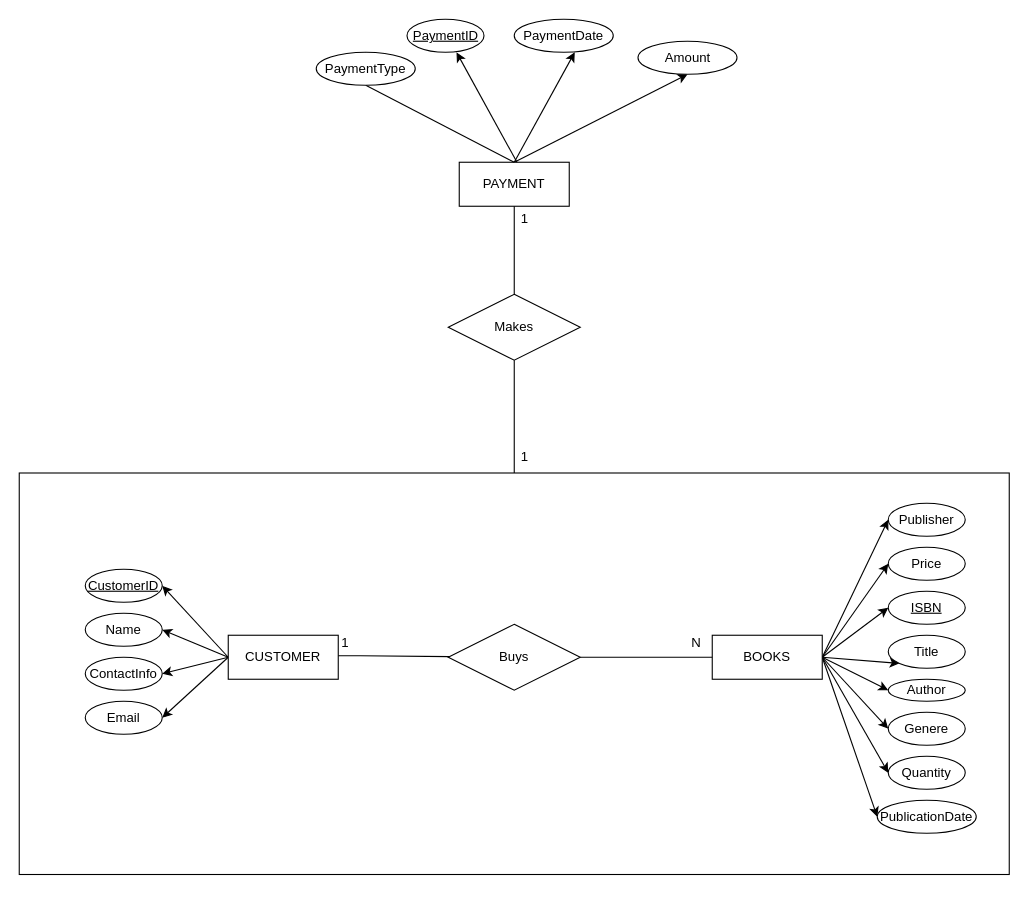
Above: BMSystem_ER.drawio in Haysten-D-costa/DBMQP-Mini-Project-BMSystem (draw.io), before the change. Source tidied: cells renumbered, new cells numbered last; positions are measured from the earlier drawing's top-left corner, leaving out a move shared by most shapes. Both pictures are drawn from the tidied source at 110%, with x=0, y=0 at pixel (19, 19).
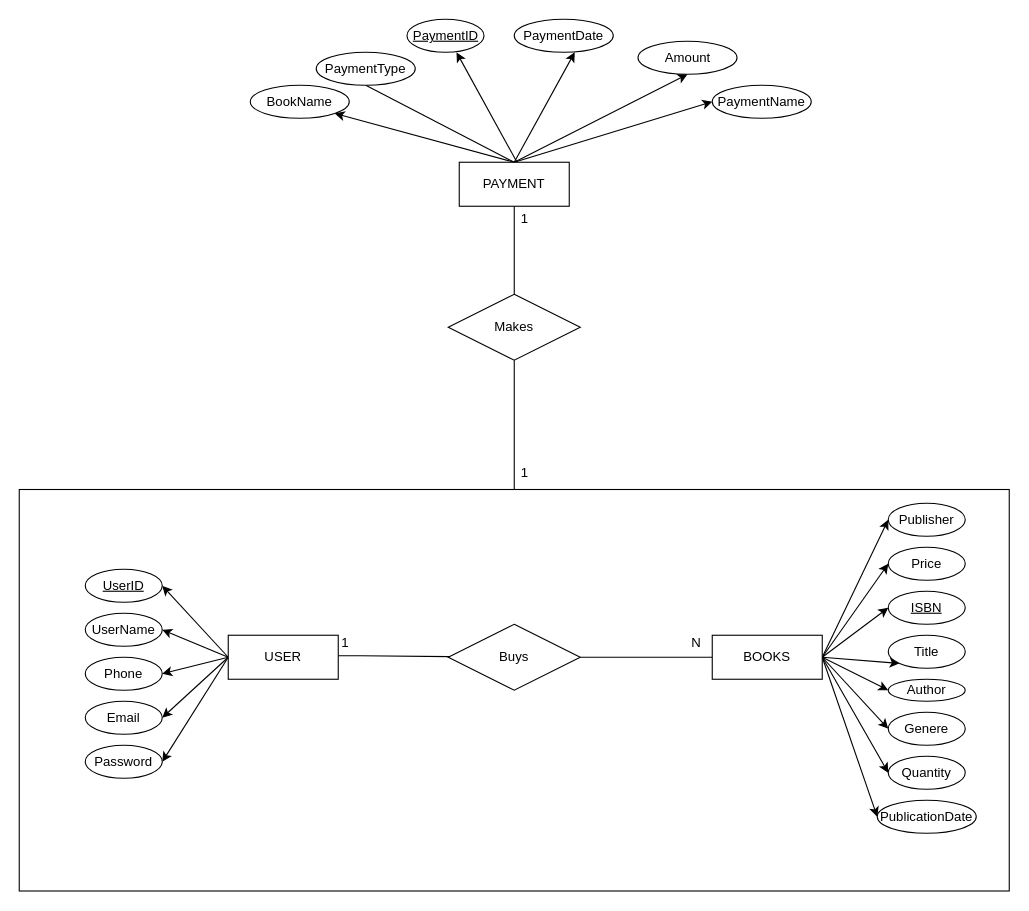
The same diagram, later.

The change refers to these unchanged cells:
```xml
<mxCell id="5" value="PAYMENT" style="whiteSpace=wrap;html=1;align=center;" parent="1" vertex="1">
  <mxGeometry x="400" y="130" width="100" height="40" as="geometry" />
</mxCell>
```

Diff of the diagram source:
```diff
@@
+    <mxCell id="49" style="edgeStyle=none;html=1;exitX=0.5;exitY=0;exitDx=0;exitDy=0;entryX=0;entryY=0.5;entryDx=0;entryDy=0;" parent="1" edge="1" source="5" target="53">
+      <mxGeometry relative="1" as="geometry" />
+    </mxCell>
+    <mxCell id="50" style="edgeStyle=none;html=1;exitX=0.5;exitY=0;exitDx=0;exitDy=0;entryX=1;entryY=1;entryDx=0;entryDy=0;" parent="1" edge="1" source="5" target="54">
+      <mxGeometry relative="1" as="geometry" />
+    </mxCell>
@@
     <mxCell id="9" style="whiteSpace=wrap;html=1;align=center;" parent="1" vertex="1">
-      <mxGeometry y="412.5" width="900" height="365" as="geometry" />
+      <mxGeometry y="427.5" width="900" height="365" as="geometry" />
     </mxCell>
@@
+    <mxCell id="51" style="edgeStyle=none;html=1;exitX=0;exitY=0.5;exitDx=0;exitDy=0;entryX=1;entryY=0.5;entryDx=0;entryDy=0;" parent="1" edge="1" source="32" target="52">
+      <mxGeometry relative="1" as="geometry" />
+    </mxCell>
-    <mxCell id="32" value="CUSTOMER" style="whiteSpace=wrap;html=1;align=center;" parent="1" vertex="1">
+    <mxCell id="32" value="USER" style="whiteSpace=wrap;html=1;align=center;" parent="1" vertex="1">
       <mxGeometry x="190" y="560" width="100" height="40" as="geometry" />
     </mxCell>
-    <mxCell id="33" value="CustomerID" style="ellipse;whiteSpace=wrap;html=1;align=center;fontStyle=4;" parent="1" vertex="1">
+    <mxCell id="33" value="UserID" style="ellipse;whiteSpace=wrap;html=1;align=center;fontStyle=4;" parent="1" vertex="1">
       <mxGeometry x="60" y="500" width="70" height="30" as="geometry" />
     </mxCell>
-    <mxCell id="34" value="Name" style="ellipse;whiteSpace=wrap;html=1;align=center;" parent="1" vertex="1">
+    <mxCell id="34" value="UserName" style="ellipse;whiteSpace=wrap;html=1;align=center;" parent="1" vertex="1">
       <mxGeometry x="60" y="540" width="70" height="30" as="geometry" />
     </mxCell>
-    <mxCell id="35" value="ContactInfo" style="ellipse;whiteSpace=wrap;html=1;align=center;" parent="1" vertex="1">
+    <mxCell id="35" value="Phone" style="ellipse;whiteSpace=wrap;html=1;align=center;" parent="1" vertex="1">
       <mxGeometry x="60" y="580" width="70" height="30" as="geometry" />
     </mxCell>
@@
+    <mxCell id="52" value="Password" style="ellipse;whiteSpace=wrap;html=1;align=center;" parent="1" vertex="1">
+      <mxGeometry x="60" y="660" width="70" height="30" as="geometry" />
+    </mxCell>
+    <mxCell id="53" value="PaymentName" style="ellipse;whiteSpace=wrap;html=1;align=center;" parent="1" vertex="1">
+      <mxGeometry x="630" y="60" width="90" height="30" as="geometry" />
+    </mxCell>
+    <mxCell id="54" value="BookName" style="ellipse;whiteSpace=wrap;html=1;align=center;" parent="1" vertex="1">
+      <mxGeometry x="210" y="60" width="90" height="30" as="geometry" />
+    </mxCell>
```
